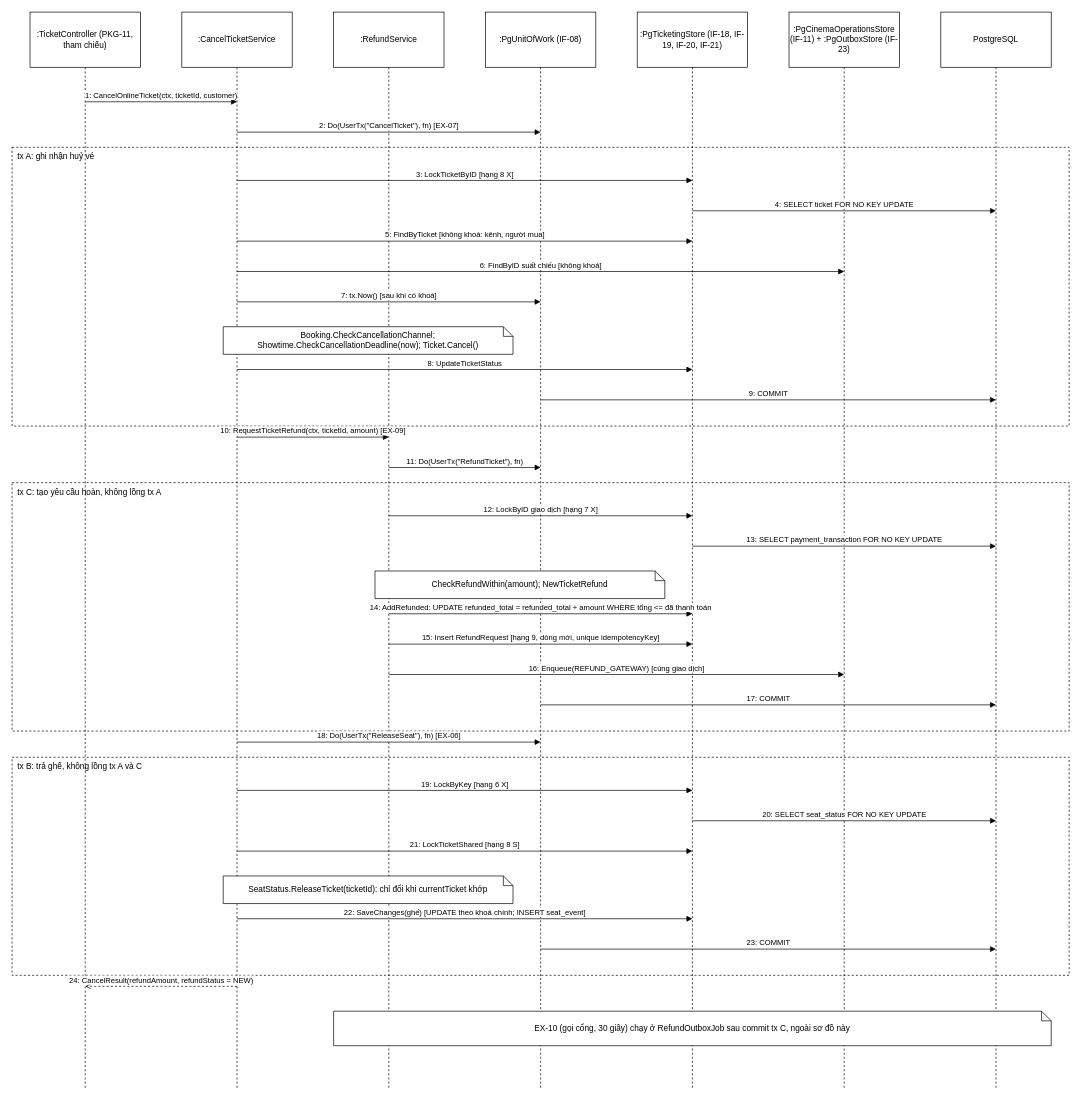
Above: design/diagrams/P12-sequence-cancel-ticket.drawio in luytbq/app-dat-ve-xem-phim (draw.io), before the change. Source tidied: cells renumbered, new cells numbered last; positions are measured from the earlier drawing's top-left corner, leaving out a move shared by most shapes. Both pictures are drawn from the tidied source at 69%, with x=0, y=0 at pixel (12, 12).
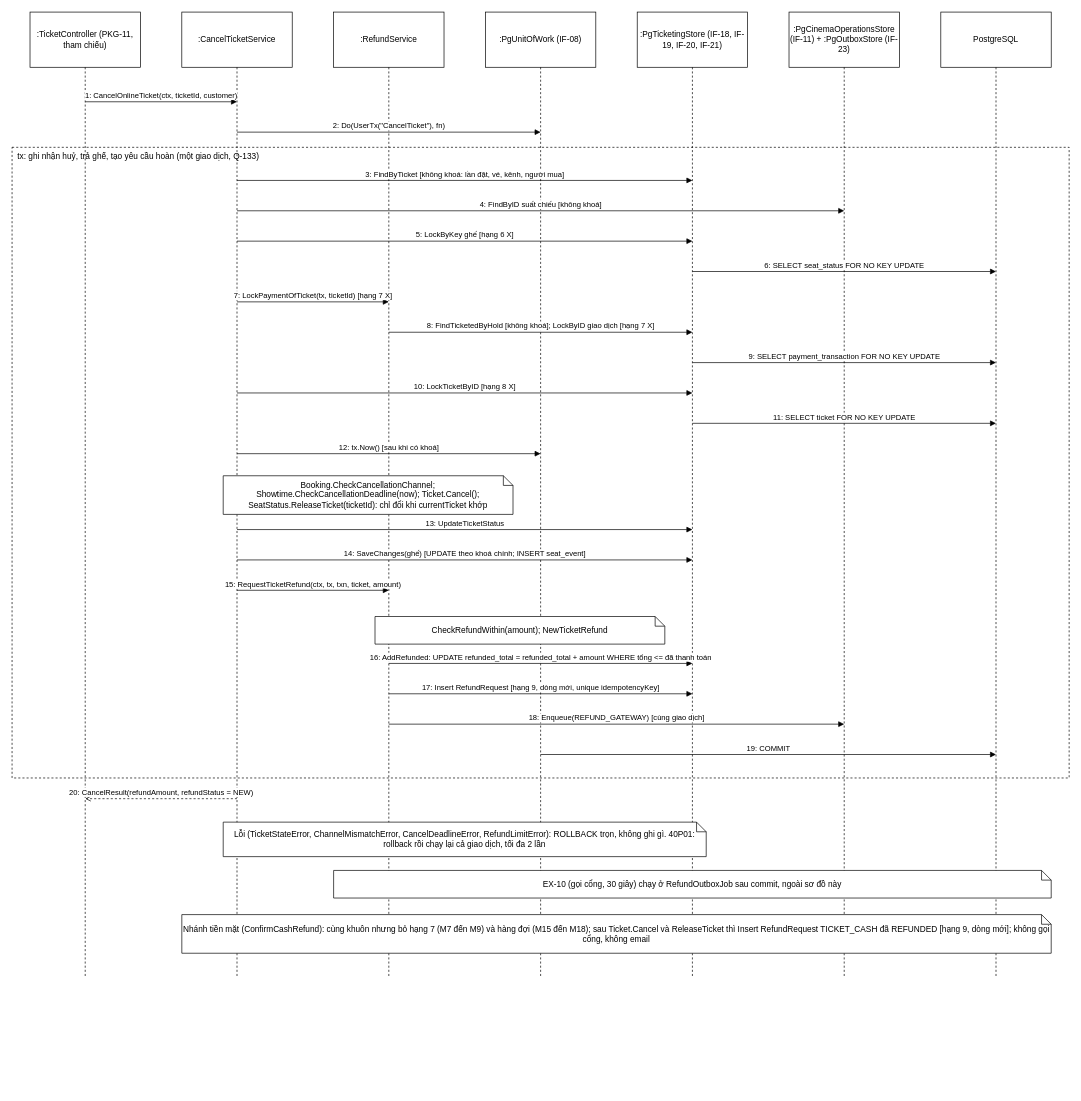
The same diagram, later.

Change to the diagram source:
```diff
@@
     <mxCell id="2" value=":TicketController (PKG-11, tham chiếu)" style="shape=umlLifeline;perimeter=lifelinePerimeter;html=1;whiteSpace=wrap;size=80;" parent="1" vertex="1">
-      <mxGeometry x="26" width="160" height="1560" as="geometry" />
+      <mxGeometry x="26" width="160" height="1400" as="geometry" />
     </mxCell>
     <mxCell id="3" value=":CancelTicketService" style="shape=umlLifeline;perimeter=lifelinePerimeter;html=1;whiteSpace=wrap;size=80;" parent="1" vertex="1">
-      <mxGeometry x="246" width="160" height="1560" as="geometry" />
+      <mxGeometry x="246" width="160" height="1400" as="geometry" />
     </mxCell>
     <mxCell id="4" value=":RefundService" style="shape=umlLifeline;perimeter=lifelinePerimeter;html=1;whiteSpace=wrap;size=80;" parent="1" vertex="1">
-      <mxGeometry x="466" width="160" height="1560" as="geometry" />
+      <mxGeometry x="466" width="160" height="1400" as="geometry" />
     </mxCell>
     <mxCell id="5" value=":PgUnitOfWork (IF-08)" style="shape=umlLifeline;perimeter=lifelinePerimeter;html=1;whiteSpace=wrap;size=80;" parent="1" vertex="1">
-      <mxGeometry x="686" width="160" height="1560" as="geometry" />
+      <mxGeometry x="686" width="160" height="1400" as="geometry" />
     </mxCell>
     <mxCell id="6" value=":PgTicketingStore (IF-18, IF-19, IF-20, IF-21)" style="shape=umlLifeline;perimeter=lifelinePerimeter;html=1;whiteSpace=wrap;size=80;" parent="1" vertex="1">
-      <mxGeometry x="906" width="160" height="1560" as="geometry" />
+      <mxGeometry x="906" width="160" height="1400" as="geometry" />
     </mxCell>
     <mxCell id="7" value=":PgCinemaOperationsStore (IF-11) + :PgOutboxStore (IF-23)" style="shape=umlLifeline;perimeter=lifelinePerimeter;html=1;whiteSpace=wrap;size=80;" parent="1" vertex="1">
-      <mxGeometry x="1126" width="160" height="1560" as="geometry" />
+      <mxGeometry x="1126" width="160" height="1400" as="geometry" />
     </mxCell>
     <mxCell id="8" value="PostgreSQL" style="shape=umlLifeline;perimeter=lifelinePerimeter;html=1;whiteSpace=wrap;size=80;" parent="1" vertex="1">
-      <mxGeometry x="1346" width="160" height="1560" as="geometry" />
+      <mxGeometry x="1346" width="160" height="1400" as="geometry" />
     </mxCell>
-    <mxCell id="9" value="Booking.CheckCancellationChannel; Showtime.CheckCancellationDeadline(now); Ticket.Cancel()" style="shape=note;whiteSpace=wrap;html=1;size=14;" parent="1" vertex="1">
-      <mxGeometry x="306" y="456" width="420" height="40" as="geometry" />
+    <mxCell id="9" value="Booking.CheckCancellationChannel; Showtime.CheckCancellationDeadline(now); Ticket.Cancel(); SeatStatus.ReleaseTicket(ticketId): chỉ đổi khi currentTicket khớp" style="shape=note;whiteSpace=wrap;html=1;size=14;" parent="1" vertex="1">
+      <mxGeometry x="306" y="672" width="420" height="56" as="geometry" />
     </mxCell>
-    <mxCell id="10" value="tx A: ghi nhận huỷ vé" style="rounded=0;whiteSpace=wrap;html=1;fillColor=none;align=left;verticalAlign=top;spacingLeft=6;dashed=1;" parent="1" vertex="1">
-      <mxGeometry y="196" width="1532" height="404" as="geometry" />
+    <mxCell id="10" value="tx: ghi nhận huỷ, trả ghế, tạo yêu cầu hoàn (một giao dịch, Q-133)" style="rounded=0;whiteSpace=wrap;html=1;fillColor=none;align=left;verticalAlign=top;spacingLeft=6;dashed=1;" parent="1" vertex="1">
+      <mxGeometry y="196" width="1532" height="914" as="geometry" />
     </mxCell>
     <mxCell id="11" value="CheckRefundWithin(amount); NewTicketRefund" style="shape=note;whiteSpace=wrap;html=1;size=14;" parent="1" vertex="1">
-      <mxGeometry x="526" y="810" width="420" height="40" as="geometry" />
+      <mxGeometry x="526" y="876" width="420" height="40" as="geometry" />
     </mxCell>
-    <mxCell id="12" value="tx C: tạo yêu cầu hoàn, không lồng tx A" style="rounded=0;whiteSpace=wrap;html=1;fillColor=none;align=left;verticalAlign=top;spacingLeft=6;dashed=1;" parent="1" vertex="1">
-      <mxGeometry y="682" width="1532" height="360" as="geometry" />
-    </mxCell>
-    <mxCell id="13" value="SeatStatus.ReleaseTicket(ticketId): chỉ đổi khi currentTicket khớp" style="shape=note;whiteSpace=wrap;html=1;size=14;" parent="1" vertex="1">
-      <mxGeometry x="306" y="1252" width="420" height="40" as="geometry" />
+    <mxCell id="13" value="Lỗi (TicketStateError, ChannelMismatchError, CancelDeadlineError, RefundLimitError): ROLLBACK trọn, không ghi gì. 40P01: rollback rồi chạy lại cả giao dịch, tối đa 2 lần" style="shape=note;whiteSpace=wrap;html=1;size=14;" parent="1" vertex="1">
+      <mxGeometry x="306" y="1174" width="700" height="50" as="geometry" />
     </mxCell>
-    <mxCell id="14" value="tx B: trả ghế, không lồng tx A và C" style="rounded=0;whiteSpace=wrap;html=1;fillColor=none;align=left;verticalAlign=top;spacingLeft=6;dashed=1;" parent="1" vertex="1">
-      <mxGeometry y="1080" width="1532" height="316" as="geometry" />
-    </mxCell>
-    <mxCell id="15" value="EX-10 (gọi cổng, 30 giây) chạy ở RefundOutboxJob sau commit tx C, ngoài sơ đồ này" style="shape=note;whiteSpace=wrap;html=1;size=14;" parent="1" vertex="1">
-      <mxGeometry x="466" y="1448" width="1040" height="50" as="geometry" />
+    <mxCell id="15" value="EX-10 (gọi cổng, 30 giây) chạy ở RefundOutboxJob sau commit, ngoài sơ đồ này" style="shape=note;whiteSpace=wrap;html=1;size=14;" parent="1" vertex="1">
+      <mxGeometry x="466" y="1244" width="1040" height="40" as="geometry" />
     </mxCell>
+    <mxCell id="40" value="Nhánh tiền mặt (ConfirmCashRefund): cùng khuôn nhưng bỏ hạng 7 (M7 đến M9) và hàng đợi (M15 đến M18); sau Ticket.Cancel và ReleaseTicket thì Insert RefundRequest TICKET_CASH đã REFUNDED [hạng 9, dòng mới]; không gọi cổng, không email" style="shape=note;whiteSpace=wrap;html=1;size=14;" parent="1" vertex="1">
+      <mxGeometry x="246" y="1308" width="1260" height="56" as="geometry" />
+    </mxCell>
@@
-    <mxCell id="17" value="2: Do(UserTx(&quot;CancelTicket&quot;), fn) [EX-07]" style="endArrow=block;endFill=1;html=1;verticalAlign=bottom;" parent="1" edge="1">
+    <mxCell id="17" value="2: Do(UserTx(&quot;CancelTicket&quot;), fn)" style="endArrow=block;endFill=1;html=1;verticalAlign=bottom;" parent="1" edge="1">
       <mxGeometry relative="1" as="geometry">
         <mxPoint x="326" y="174" as="sourcePoint" />
         <mxPoint x="766" y="174" as="targetPoint" />
       </mxGeometry>
     </mxCell>
-    <mxCell id="18" value="3: LockTicketByID [hạng 8 X]" style="endArrow=block;endFill=1;html=1;verticalAlign=bottom;" parent="1" edge="1">
+    <mxCell id="18" value="3: FindByTicket [không khoá: lần đặt, vé, kênh, người mua]" style="endArrow=block;endFill=1;html=1;verticalAlign=bottom;" parent="1" edge="1">
       <mxGeometry relative="1" as="geometry">
         <mxPoint x="326" y="244" as="sourcePoint" />
         <mxPoint x="986" y="244" as="targetPoint" />
       </mxGeometry>
     </mxCell>
-    <mxCell id="19" value="4: SELECT ticket FOR NO KEY UPDATE" style="endArrow=block;endFill=1;html=1;verticalAlign=bottom;" parent="1" edge="1">
+    <mxCell id="19" value="4: FindByID suất chiếu [không khoá]" style="endArrow=block;endFill=1;html=1;verticalAlign=bottom;" parent="1" edge="1">
       <mxGeometry relative="1" as="geometry">
-        <mxPoint x="986" y="288" as="sourcePoint" />
-        <mxPoint x="1426" y="288" as="targetPoint" />
+        <mxPoint x="326" y="288" as="sourcePoint" />
+        <mxPoint x="1206" y="288" as="targetPoint" />
       </mxGeometry>
     </mxCell>
-    <mxCell id="20" value="5: FindByTicket [không khoá: kênh, người mua]" style="endArrow=block;endFill=1;html=1;verticalAlign=bottom;" parent="1" edge="1">
+    <mxCell id="20" value="5: LockByKey ghế [hạng 6 X]" style="endArrow=block;endFill=1;html=1;verticalAlign=bottom;" parent="1" edge="1">
       <mxGeometry relative="1" as="geometry">
         <mxPoint x="326" y="332" as="sourcePoint" />
         <mxPoint x="986" y="332" as="targetPoint" />
       </mxGeometry>
     </mxCell>
-    <mxCell id="21" value="6: FindByID suất chiếu [không khoá]" style="endArrow=block;endFill=1;html=1;verticalAlign=bottom;" parent="1" edge="1">
+    <mxCell id="21" value="6: SELECT seat_status FOR NO KEY UPDATE" style="endArrow=block;endFill=1;html=1;verticalAlign=bottom;" parent="1" edge="1">
       <mxGeometry relative="1" as="geometry">
-        <mxPoint x="326" y="376" as="sourcePoint" />
-        <mxPoint x="1206" y="376" as="targetPoint" />
+        <mxPoint x="986" y="376" as="sourcePoint" />
+        <mxPoint x="1426" y="376" as="targetPoint" />
       </mxGeometry>
     </mxCell>
-    <mxCell id="22" value="7: tx.Now() [sau khi có khoá]" style="endArrow=block;endFill=1;html=1;verticalAlign=bottom;" parent="1" edge="1">
+    <mxCell id="22" value="7: LockPaymentOfTicket(tx, ticketId) [hạng 7 X]" style="endArrow=block;endFill=1;html=1;verticalAlign=bottom;" parent="1" edge="1">
       <mxGeometry relative="1" as="geometry">
         <mxPoint x="326" y="420" as="sourcePoint" />
-        <mxPoint x="766" y="420" as="targetPoint" />
+        <mxPoint x="546" y="420" as="targetPoint" />
       </mxGeometry>
     </mxCell>
-    <mxCell id="23" value="8: UpdateTicketStatus" style="endArrow=block;endFill=1;html=1;verticalAlign=bottom;" parent="1" edge="1">
+    <mxCell id="23" value="8: FindTicketedByHold [không khoá]; LockByID giao dịch [hạng 7 X]" style="endArrow=block;endFill=1;html=1;verticalAlign=bottom;" parent="1" edge="1">
       <mxGeometry relative="1" as="geometry">
-        <mxPoint x="326" y="518" as="sourcePoint" />
-        <mxPoint x="986" y="518" as="targetPoint" />
+        <mxPoint x="546" y="464" as="sourcePoint" />
+        <mxPoint x="986" y="464" as="targetPoint" />
       </mxGeometry>
     </mxCell>
-    <mxCell id="24" value="9: COMMIT" style="endArrow=block;endFill=1;html=1;verticalAlign=bottom;" parent="1" edge="1">
+    <mxCell id="24" value="9: SELECT payment_transaction FOR NO KEY UPDATE" style="endArrow=block;endFill=1;html=1;verticalAlign=bottom;" parent="1" edge="1">
       <mxGeometry relative="1" as="geometry">
-        <mxPoint x="766" y="562" as="sourcePoint" />
-        <mxPoint x="1426" y="562" as="targetPoint" />
+        <mxPoint x="986" y="508" as="sourcePoint" />
+        <mxPoint x="1426" y="508" as="targetPoint" />
       </mxGeometry>
     </mxCell>
-    <mxCell id="25" value="10: RequestTicketRefund(ctx, ticketId, amount) [EX-09]" style="endArrow=block;endFill=1;html=1;verticalAlign=bottom;" parent="1" edge="1">
+    <mxCell id="25" value="10: LockTicketByID [hạng 8 X]" style="endArrow=block;endFill=1;html=1;verticalAlign=bottom;" parent="1" edge="1">
       <mxGeometry relative="1" as="geometry">
-        <mxPoint x="326" y="616" as="sourcePoint" />
-        <mxPoint x="546" y="616" as="targetPoint" />
+        <mxPoint x="326" y="552" as="sourcePoint" />
+        <mxPoint x="986" y="552" as="targetPoint" />
       </mxGeometry>
     </mxCell>
-    <mxCell id="26" value="11: Do(UserTx(&quot;RefundTicket&quot;), fn)" style="endArrow=block;endFill=1;html=1;verticalAlign=bottom;" parent="1" edge="1">
+    <mxCell id="26" value="11: SELECT ticket FOR NO KEY UPDATE" style="endArrow=block;endFill=1;html=1;verticalAlign=bottom;" parent="1" edge="1">
       <mxGeometry relative="1" as="geometry">
-        <mxPoint x="546" y="660" as="sourcePoint" />
-        <mxPoint x="766" y="660" as="targetPoint" />
+        <mxPoint x="986" y="596" as="sourcePoint" />
+        <mxPoint x="1426" y="596" as="targetPoint" />
       </mxGeometry>
     </mxCell>
-    <mxCell id="27" value="12: LockByID giao dịch [hạng 7 X]" style="endArrow=block;endFill=1;html=1;verticalAlign=bottom;" parent="1" edge="1">
+    <mxCell id="27" value="12: tx.Now() [sau khi có khoá]" style="endArrow=block;endFill=1;html=1;verticalAlign=bottom;" parent="1" edge="1">
       <mxGeometry relative="1" as="geometry">
-        <mxPoint x="546" y="730" as="sourcePoint" />
-        <mxPoint x="986" y="730" as="targetPoint" />
+        <mxPoint x="326" y="640" as="sourcePoint" />
+        <mxPoint x="766" y="640" as="targetPoint" />
       </mxGeometry>
     </mxCell>
-    <mxCell id="28" value="13: SELECT payment_transaction FOR NO KEY UPDATE" style="endArrow=block;endFill=1;html=1;verticalAlign=bottom;" parent="1" edge="1">
+    <mxCell id="28" value="13: UpdateTicketStatus" style="endArrow=block;endFill=1;html=1;verticalAlign=bottom;" parent="1" edge="1">
       <mxGeometry relative="1" as="geometry">
-        <mxPoint x="986" y="774" as="sourcePoint" />
-        <mxPoint x="1426" y="774" as="targetPoint" />
+        <mxPoint x="326" y="750" as="sourcePoint" />
+        <mxPoint x="986" y="750" as="targetPoint" />
       </mxGeometry>
     </mxCell>
-    <mxCell id="29" value="14: AddRefunded: UPDATE refunded_total = refunded_total + amount WHERE tổng &lt;= đã thanh toán" style="endArrow=block;endFill=1;html=1;verticalAlign=bottom;" parent="1" edge="1">
+    <mxCell id="29" value="14: SaveChanges(ghế) [UPDATE theo khoá chính; INSERT seat_event]" style="endArrow=block;endFill=1;html=1;verticalAlign=bottom;" parent="1" edge="1">
       <mxGeometry relative="1" as="geometry">
-        <mxPoint x="546" y="872" as="sourcePoint" />
-        <mxPoint x="986" y="872" as="targetPoint" />
+        <mxPoint x="326" y="794" as="sourcePoint" />
+        <mxPoint x="986" y="794" as="targetPoint" />
       </mxGeometry>
     </mxCell>
-    <mxCell id="30" value="15: Insert RefundRequest [hạng 9, dòng mới, unique idempotencyKey]" style="endArrow=block;endFill=1;html=1;verticalAlign=bottom;" parent="1" edge="1">
+    <mxCell id="30" value="15: RequestTicketRefund(ctx, tx, txn, ticket, amount)" style="endArrow=block;endFill=1;html=1;verticalAlign=bottom;" parent="1" edge="1">
       <mxGeometry relative="1" as="geometry">
-        <mxPoint x="546" y="916" as="sourcePoint" />
-        <mxPoint x="986" y="916" as="targetPoint" />
+        <mxPoint x="326" y="838" as="sourcePoint" />
+        <mxPoint x="546" y="838" as="targetPoint" />
       </mxGeometry>
     </mxCell>
-    <mxCell id="31" value="16: Enqueue(REFUND_GATEWAY) [cùng giao dịch]" style="endArrow=block;endFill=1;html=1;verticalAlign=bottom;" parent="1" edge="1">
+    <mxCell id="31" value="16: AddRefunded: UPDATE refunded_total = refunded_total + amount WHERE tổng &lt;= đã thanh toán" style="endArrow=block;endFill=1;html=1;verticalAlign=bottom;" parent="1" edge="1">
       <mxGeometry relative="1" as="geometry">
-        <mxPoint x="546" y="960" as="sourcePoint" />
-        <mxPoint x="1206" y="960" as="targetPoint" />
+        <mxPoint x="546" y="944" as="sourcePoint" />
+        <mxPoint x="986" y="944" as="targetPoint" />
       </mxGeometry>
     </mxCell>
-    <mxCell id="32" value="17: COMMIT" style="endArrow=block;endFill=1;html=1;verticalAlign=bottom;" parent="1" edge="1">
+    <mxCell id="32" value="17: Insert RefundRequest [hạng 9, dòng mới, unique idempotencyKey]" style="endArrow=block;endFill=1;html=1;verticalAlign=bottom;" parent="1" edge="1">
       <mxGeometry relative="1" as="geometry">
-        <mxPoint x="766" y="1004" as="sourcePoint" />
-        <mxPoint x="1426" y="1004" as="targetPoint" />
+        <mxPoint x="546" y="988" as="sourcePoint" />
+        <mxPoint x="986" y="988" as="targetPoint" />
       </mxGeometry>
     </mxCell>
-    <mxCell id="33" value="18: Do(UserTx(&quot;ReleaseSeat&quot;), fn) [EX-06]" style="endArrow=block;endFill=1;html=1;verticalAlign=bottom;" parent="1" edge="1">
+    <mxCell id="33" value="18: Enqueue(REFUND_GATEWAY) [cùng giao dịch]" style="endArrow=block;endFill=1;html=1;verticalAlign=bottom;" parent="1" edge="1">
       <mxGeometry relative="1" as="geometry">
-        <mxPoint x="326" y="1058" as="sourcePoint" />
-        <mxPoint x="766" y="1058" as="targetPoint" />
+        <mxPoint x="546" y="1032" as="sourcePoint" />
+        <mxPoint x="1206" y="1032" as="targetPoint" />
       </mxGeometry>
     </mxCell>
-    <mxCell id="34" value="19: LockByKey [hạng 6 X]" style="endArrow=block;endFill=1;html=1;verticalAlign=bottom;" parent="1" edge="1">
+    <mxCell id="34" value="19: COMMIT" style="endArrow=block;endFill=1;html=1;verticalAlign=bottom;" parent="1" edge="1">
       <mxGeometry relative="1" as="geometry">
-        <mxPoint x="326" y="1128" as="sourcePoint" />
-        <mxPoint x="986" y="1128" as="targetPoint" />
+        <mxPoint x="766" y="1076" as="sourcePoint" />
+        <mxPoint x="1426" y="1076" as="targetPoint" />
       </mxGeometry>
     </mxCell>
-    <mxCell id="35" value="20: SELECT seat_status FOR NO KEY UPDATE" style="endArrow=block;endFill=1;html=1;verticalAlign=bottom;" parent="1" edge="1">
+    <mxCell id="35" value="20: CancelResult(refundAmount, refundStatus = NEW)" style="endArrow=open;dashed=1;html=1;verticalAlign=bottom;" parent="1" edge="1">
       <mxGeometry relative="1" as="geometry">
-        <mxPoint x="986" y="1172" as="sourcePoint" />
-        <mxPoint x="1426" y="1172" as="targetPoint" />
+        <mxPoint x="326" y="1140" as="sourcePoint" />
+        <mxPoint x="106" y="1140" as="targetPoint" />
       </mxGeometry>
     </mxCell>
-    <mxCell id="36" value="21: LockTicketShared [hạng 8 S]" style="endArrow=block;endFill=1;html=1;verticalAlign=bottom;" parent="1" edge="1">
-      <mxGeometry relative="1" as="geometry">
-        <mxPoint x="326" y="1216" as="sourcePoint" />
-        <mxPoint x="986" y="1216" as="targetPoint" />
-      </mxGeometry>
-    </mxCell>
-    <mxCell id="37" value="22: SaveChanges(ghế) [UPDATE theo khoá chính; INSERT seat_event]" style="endArrow=block;endFill=1;html=1;verticalAlign=bottom;" parent="1" edge="1">
-      <mxGeometry relative="1" as="geometry">
-        <mxPoint x="326" y="1314" as="sourcePoint" />
-        <mxPoint x="986" y="1314" as="targetPoint" />
-      </mxGeometry>
-    </mxCell>
-    <mxCell id="38" value="23: COMMIT" style="endArrow=block;endFill=1;html=1;verticalAlign=bottom;" parent="1" edge="1">
-      <mxGeometry relative="1" as="geometry">
-        <mxPoint x="766" y="1358" as="sourcePoint" />
-        <mxPoint x="1426" y="1358" as="targetPoint" />
-      </mxGeometry>
-    </mxCell>
-    <mxCell id="39" value="24: CancelResult(refundAmount, refundStatus = NEW)" style="endArrow=open;dashed=1;html=1;verticalAlign=bottom;" parent="1" edge="1">
-      <mxGeometry relative="1" as="geometry">
-        <mxPoint x="326" y="1412" as="sourcePoint" />
-        <mxPoint x="106" y="1412" as="targetPoint" />
-      </mxGeometry>
-    </mxCell>
```
